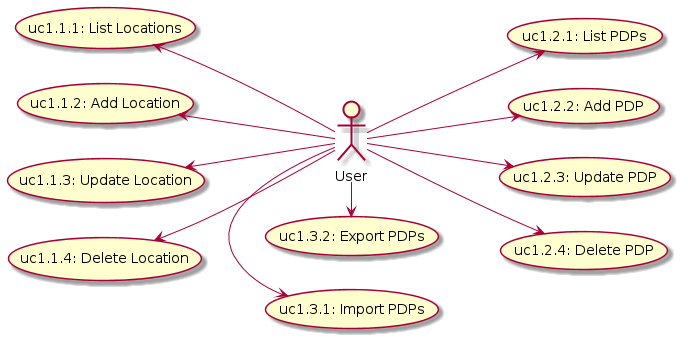
Earlier version of the PlantUML export docs/images/generated/uc1_data_raw.png (aert/aert-climagraph).
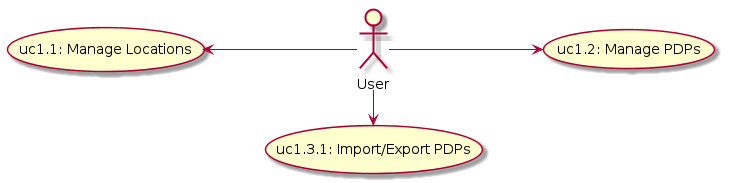
After the change.

Diff of the diagram source:
```diff
@@ -5,31 +5,17 @@
 
    actor "User" as user
 
-   (uc1.1.1: List Locations)  as (uc1.1.1)
-   (uc1.1.2: Add Location)    as (uc1.1.2)
-   (uc1.1.3: Update Location) as (uc1.1.3)
-   (uc1.1.4: Delete Location) as (uc1.1.4)
+   (uc1.1: Manage Locations)  as (uc1.1)
 
-   (uc1.2.1: List PDPs)  as (uc1.2.1)
-   (uc1.2.2: Add PDP)    as (uc1.2.2)
-   (uc1.2.3: Update PDP) as (uc1.2.3)
-   (uc1.2.4: Delete PDP) as (uc1.2.4)
+   (uc1.2: Manage PDPs)       as (uc1.2)
 
-   (uc1.3.1: Import PDPs) as (uc1.3.1)
-   (uc1.3.2: Export PDPs) as (uc1.3.2)
+   (uc1.3.1: Import/Export PDPs)     as (uc1.3)
 
 
-    (uc1.1.1) <-- user
-    (uc1.1.2) <-- user
-    (uc1.1.3) <-- user
-    (uc1.1.4) <-- user
+    (uc1.1)   <-- user
 
-    user      --> (uc1.2.1)
-    user      --> (uc1.2.2)
-    user      --> (uc1.2.3)
-    user      --> (uc1.2.4)
+    user      --> (uc1.2)
 
-    user      ---right--> (uc1.3.1)
-    user      ---right--> (uc1.3.2)
+    user      ---right--> (uc1.3)
 
 @enduml
```
